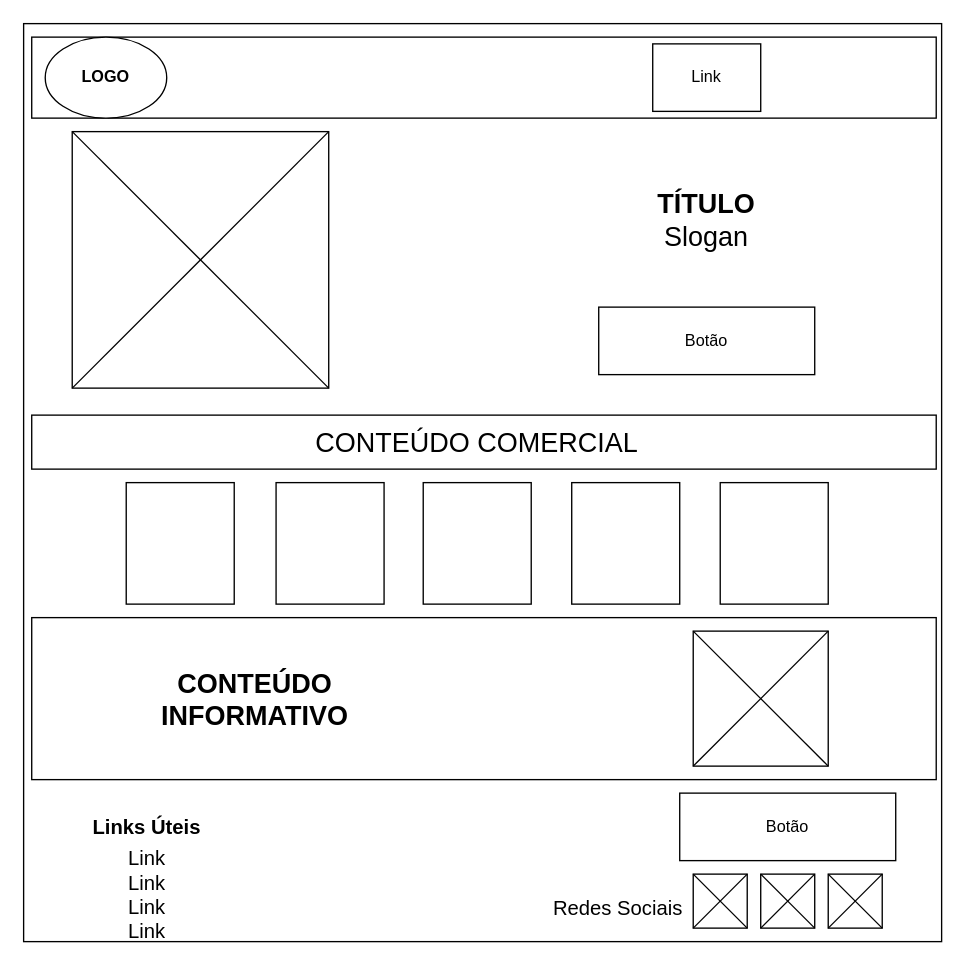
This is RAFE_04_SA1.drawio from DanielleMauro1991/UC_9_Atividade_04_SA1, a draw.io file, before an edit. Source tidied: cells renumbered, new cells numbered last; positions are measured from the earlier drawing's top-left corner, leaving out a move shared by most shapes. Both pictures are drawn from the tidied source at 135%, with x=0, y=0 at pixel (23, 23).
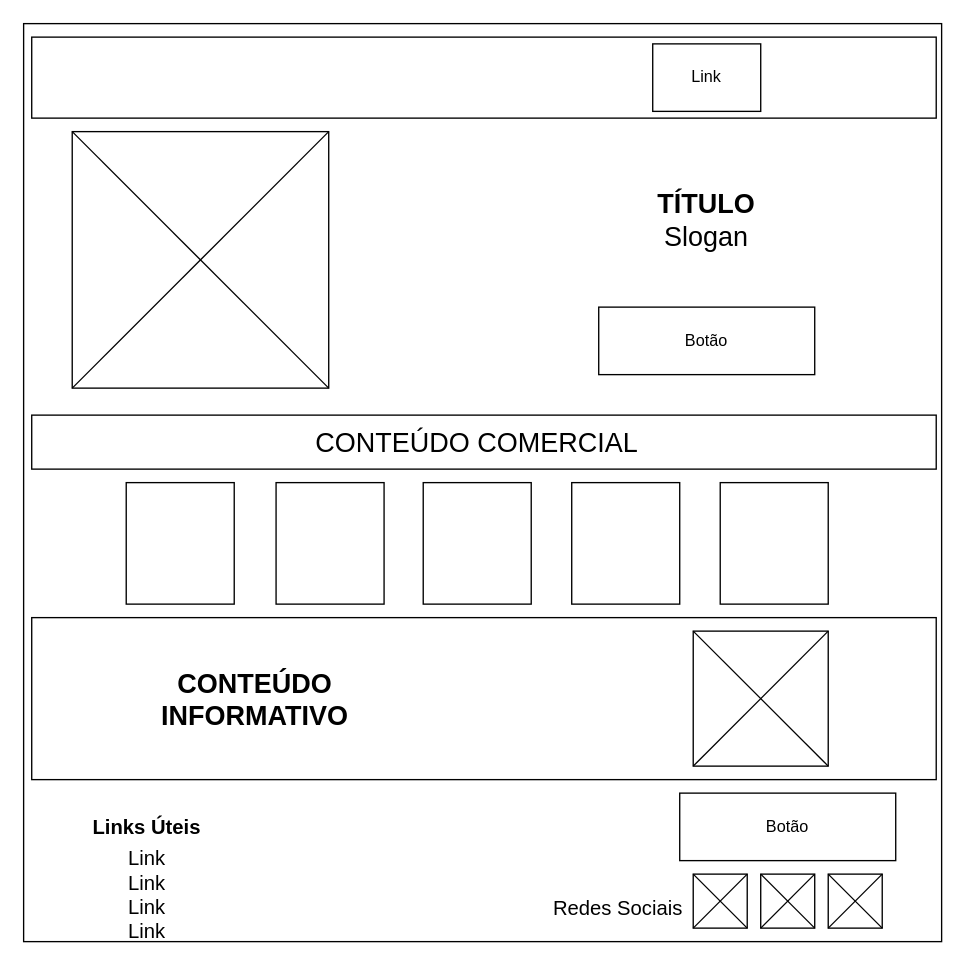
The same page after the edit.

Commit message:
Alteração na rafe

Diff of the diagram source:
```diff
@@
-    <mxCell id="4" value="&lt;b&gt;LOGO&lt;/b&gt;" style="ellipse;whiteSpace=wrap;html=1;" parent="1" vertex="1">
-      <mxGeometry x="16" y="10" width="90" height="60" as="geometry" />
-    </mxCell>
```
